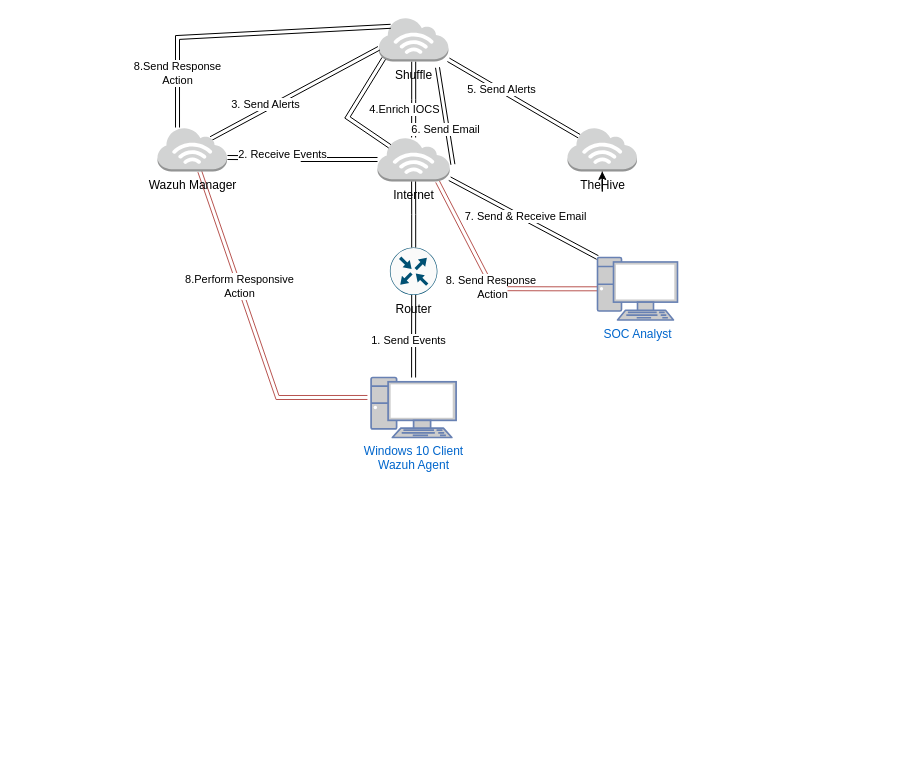
Above: Untitled Diagram.drawio in viponpoint/SOC-Automation-Project (draw.io), before the change. Source tidied: cells renumbered, new cells numbered last; positions are measured from the earlier drawing's top-left corner, leaving out a move shared by most shapes. Both pictures are drawn from the tidied source at 100%, with x=0, y=0 at pixel (157, 17).
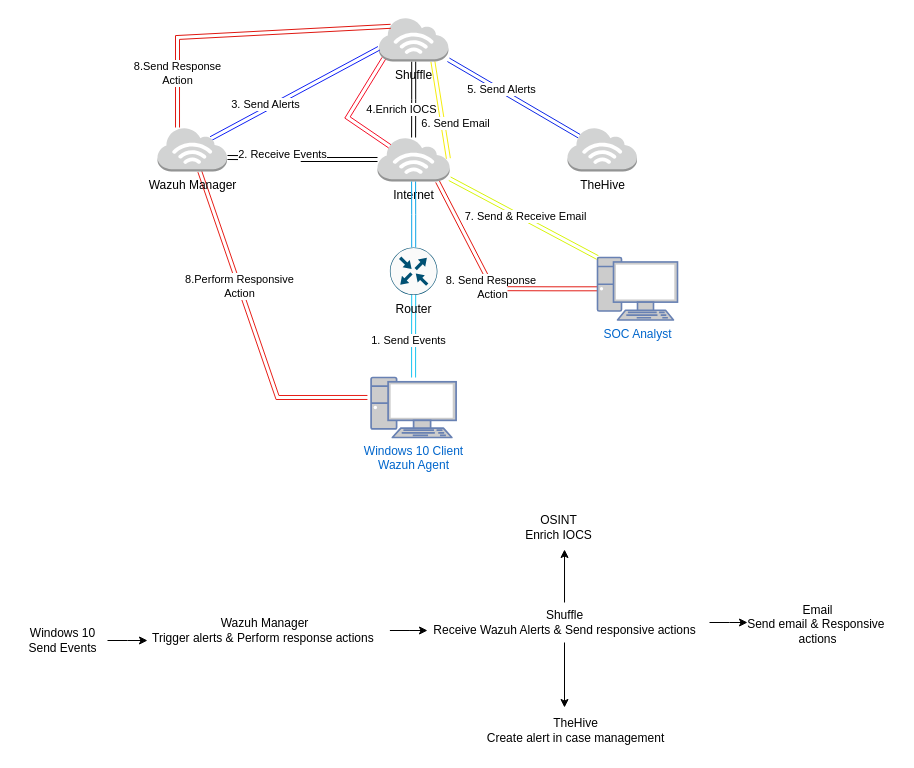
The same page after the edit.

Unchanged cells that the change refers to:
```xml
<mxCell id="4" value="Windows 10 Client&lt;div&gt;Wazuh Agent&lt;/div&gt;&lt;div&gt;&lt;br&gt;&lt;/div&gt;" style="fontColor=#0066CC;verticalAlign=top;verticalLabelPosition=bottom;labelPosition=center;align=center;html=1;outlineConnect=0;fillColor=#CCCCCC;strokeColor=#6881B3;gradientColor=none;gradientDirection=north;strokeWidth=2;shape=mxgraph.networks.pc;" parent="1" vertex="1">
  <mxGeometry x="213.6" y="360" width="85" height="60" as="geometry" />
</mxCell>
<mxCell id="5" value="Router" style="sketch=0;points=[[0.5,0,0],[1,0.5,0],[0.5,1,0],[0,0.5,0],[0.145,0.145,0],[0.8555,0.145,0],[0.855,0.8555,0],[0.145,0.855,0]];verticalLabelPosition=bottom;html=1;verticalAlign=top;align=center;shape=mxgraph.cisco19.rect;prIcon=router;fillColor=#FAFAFA;strokeColor=#005073;" parent="1" vertex="1">
  <mxGeometry x="232.4" y="230" width="47.5" height="47.5" as="geometry" />
</mxCell>
<mxCell id="6" style="edgeStyle=orthogonalEdgeStyle;rounded=0;jettySize=auto;html=1;shape=link;" parent="1" edge="1" source="12" target="23">
  <mxGeometry relative="1" as="geometry" />
</mxCell>
<mxCell id="12" value="Shuffle" style="outlineConnect=0;dashed=0;verticalLabelPosition=bottom;verticalAlign=top;align=center;html=1;shape=mxgraph.aws3.internet_3;fillColor=#D2D3D3;gradientColor=none;" parent="1" vertex="1">
  <mxGeometry x="221.4" width="69.5" height="44" as="geometry" />
</mxCell>
<mxCell id="17" value="Wazuh Manager" style="outlineConnect=0;dashed=0;verticalLabelPosition=bottom;verticalAlign=top;align=center;html=1;shape=mxgraph.aws3.internet_3;fillColor=#D2D3D3;gradientColor=none;" parent="1" vertex="1">
  <mxGeometry y="110" width="69.5" height="44" as="geometry" />
</mxCell>
<mxCell id="18" value="TheHive" style="outlineConnect=0;dashed=0;verticalLabelPosition=bottom;verticalAlign=top;align=center;html=1;shape=mxgraph.aws3.internet_3;fillColor=#D2D3D3;gradientColor=none;" parent="1" vertex="1">
  <mxGeometry x="410" y="110" width="69.5" height="44" as="geometry" />
</mxCell>
<mxCell id="23" value="Internet" style="outlineConnect=0;dashed=0;verticalLabelPosition=bottom;verticalAlign=top;align=center;html=1;shape=mxgraph.aws3.internet_3;fillColor=#D2D3D3;gradientColor=none;" parent="1" vertex="1">
  <mxGeometry x="220" y="120" width="72.2" height="44" as="geometry" />
</mxCell>
<mxCell id="26" value="&lt;div&gt;SOC Analyst&lt;/div&gt;" style="fontColor=#0066CC;verticalAlign=top;verticalLabelPosition=bottom;labelPosition=center;align=center;html=1;outlineConnect=0;fillColor=#CCCCCC;strokeColor=#6881B3;gradientColor=none;gradientDirection=north;strokeWidth=2;shape=mxgraph.networks.pc;" parent="1" vertex="1">
  <mxGeometry x="440" y="240" width="80" height="62.5" as="geometry" />
</mxCell>
```

Diff of the diagram source:
```diff
@@
-    <mxCell id="2" style="edgeStyle=orthogonalEdgeStyle;rounded=0;jettySize=auto;html=1;shape=link;" parent="1" edge="1" source="4" target="5">
+    <mxCell id="2" style="edgeStyle=orthogonalEdgeStyle;rounded=0;jettySize=auto;html=1;shape=link;strokeColor=#19c5f0;" parent="1" edge="1" source="4" target="5">
       <mxGeometry relative="1" as="geometry" />
     </mxCell>
@@
     <mxCell id="7" value="4.Enrich IOCS" style="edgeLabel;html=1;align=center;verticalAlign=middle;" parent="6" vertex="1">
       <mxGeometry x="0.26" y="-1" relative="1" as="geometry">
-        <mxPoint x="-9" as="offset" />
+        <mxPoint x="-12" as="offset" />
       </mxGeometry>
     </mxCell>
-    <mxCell id="8" style="rounded=0;jettySize=auto;html=1;shape=link;entryX=0.17;entryY=0.2;entryDx=0;entryDy=0;entryPerimeter=0;" parent="1" edge="1" source="12" target="18">
+    <mxCell id="8" style="rounded=0;jettySize=auto;html=1;shape=link;entryX=0.17;entryY=0.2;entryDx=0;entryDy=0;entryPerimeter=0;fillColor=#f8cecc;strokeColor=#0d27e7;" parent="1" edge="1" source="12" target="18">
       <mxGeometry relative="1" as="geometry" />
     </mxCell>
@@
-    <mxCell id="10" style="rounded=0;orthogonalLoop=1;jettySize=auto;html=1;entryX=0.77;entryY=0.25;entryDx=0;entryDy=0;entryPerimeter=0;shape=link;" parent="1" edge="1">
+    <mxCell id="10" style="rounded=0;orthogonalLoop=1;jettySize=auto;html=1;entryX=0.77;entryY=0.25;entryDx=0;entryDy=0;entryPerimeter=0;shape=link;fillColor=#ffff88;strokeColor=#f5ed0f;" parent="1" edge="1">
       <mxGeometry relative="1" as="geometry">
-        <mxPoint x="280" y="50" as="sourcePoint" />
-        <mxPoint x="295.4" y="147" as="targetPoint" />
+        <mxPoint x="275.4" y="44" as="sourcePoint" />
+        <mxPoint x="290.9" y="141" as="targetPoint" />
       </mxGeometry>
     </mxCell>
     <mxCell id="11" value="6. Send Email" style="edgeLabel;html=1;align=center;verticalAlign=middle;" parent="10" vertex="1">
-      <mxGeometry x="0.27" y="-2" relative="1" as="geometry" />
+      <mxGeometry x="0.27" y="-2" relative="1" as="geometry">
+        <mxPoint x="14" as="offset" />
+      </mxGeometry>
     </mxCell>
@@
-    <mxCell id="13" style="rounded=0;jettySize=auto;html=1;entryX=0;entryY=0.7;entryDx=0;entryDy=0;entryPerimeter=0;shape=link;exitX=0.77;exitY=0.25;exitDx=0;exitDy=0;exitPerimeter=0;" parent="1" edge="1" source="17" target="12">
+    <mxCell id="13" style="rounded=0;jettySize=auto;html=1;entryX=0;entryY=0.7;entryDx=0;entryDy=0;entryPerimeter=0;shape=link;exitX=0.77;exitY=0.25;exitDx=0;exitDy=0;exitPerimeter=0;strokeColor=#1020f4;" parent="1" edge="1" source="17" target="12">
       <mxGeometry relative="1" as="geometry" />
     </mxCell>
@@
-    <mxCell id="15" style="rounded=0;jettySize=auto;html=1;shape=link;entryX=-0.043;entryY=0.333;entryDx=0;entryDy=0;entryPerimeter=0;fillColor=#f8cecc;strokeColor=#B85450;" parent="1" edge="1" source="17" target="4">
+    <mxCell id="15" style="rounded=0;jettySize=auto;html=1;shape=link;entryX=-0.043;entryY=0.333;entryDx=0;entryDy=0;entryPerimeter=0;fillColor=#f8cecc;strokeColor=#e71f18;" parent="1" edge="1" source="17" target="4">
       <mxGeometry relative="1" as="geometry">
         <Array as="points">
           <mxPoint x="120" y="380" />
         </Array>
       </mxGeometry>
     </mxCell>
@@
-    <mxCell id="21" style="rounded=0;orthogonalLoop=1;jettySize=auto;html=1;shape=link;fillColor=#f8cecc;strokeColor=#b85450;" parent="1" edge="1">
+    <mxCell id="21" style="rounded=0;orthogonalLoop=1;jettySize=auto;html=1;shape=link;fillColor=#f8cecc;strokeColor=#e41811;" parent="1" edge="1">
       <mxGeometry relative="1" as="geometry">
         <mxPoint x="280" y="164" as="sourcePoint" />
         <mxPoint x="340" y="280" as="targetPoint" />
       </mxGeometry>
     </mxCell>
@@
-    <mxCell id="24" style="edgeStyle=orthogonalEdgeStyle;rounded=0;orthogonalLoop=1;jettySize=auto;html=1;exitX=0.5;exitY=1;exitDx=0;exitDy=0;exitPerimeter=0;" parent="1" edge="1" source="18" target="18">
-      <mxGeometry relative="1" as="geometry" />
-    </mxCell>
-    <mxCell id="25" style="edgeStyle=orthogonalEdgeStyle;rounded=0;jettySize=auto;html=1;shape=link;fillColor=#f8cecc;strokeColor=#b85450;" parent="1" edge="1" source="26">
+    <mxCell id="25" style="edgeStyle=orthogonalEdgeStyle;rounded=0;jettySize=auto;html=1;shape=link;fillColor=#f8cecc;strokeColor=#e21e18;" parent="1" edge="1" source="26">
       <mxGeometry relative="1" as="geometry">
         <mxPoint x="350" y="271.2" as="targetPoint" />
       </mxGeometry>
     </mxCell>
@@
-    <mxCell id="27" style="edgeStyle=orthogonalEdgeStyle;rounded=0;jettySize=auto;html=1;entryX=0.5;entryY=1;entryDx=0;entryDy=0;entryPerimeter=0;shape=link;" parent="1" edge="1" source="5" target="23">
+    <mxCell id="27" style="edgeStyle=orthogonalEdgeStyle;rounded=0;jettySize=auto;html=1;entryX=0.5;entryY=1;entryDx=0;entryDy=0;entryPerimeter=0;shape=link;strokeColor=#0da6e7;" parent="1" edge="1" source="5" target="23">
       <mxGeometry relative="1" as="geometry" />
     </mxCell>
-    <mxCell id="28" style="rounded=0;jettySize=auto;html=1;entryX=0;entryY=0;entryDx=0;entryDy=0;entryPerimeter=0;shape=link;" parent="1" edge="1" source="23" target="26">
+    <mxCell id="28" style="rounded=0;jettySize=auto;html=1;entryX=0;entryY=0;entryDx=0;entryDy=0;entryPerimeter=0;shape=link;fillColor=#ffff88;strokeColor=#d8f40b;" parent="1" edge="1" source="23" target="26">
       <mxGeometry relative="1" as="geometry" />
     </mxCell>
@@
-    <mxCell id="30" style="rounded=0;jettySize=auto;html=1;entryX=0.17;entryY=0.2;entryDx=0;entryDy=0;entryPerimeter=0;shape=link;exitX=0.288;exitY=0;exitDx=0;exitDy=0;exitPerimeter=0;" parent="1" edge="1" source="17" target="12">
+    <mxCell id="30" style="rounded=0;jettySize=auto;html=1;entryX=0.17;entryY=0.2;entryDx=0;entryDy=0;entryPerimeter=0;shape=link;exitX=0.288;exitY=0;exitDx=0;exitDy=0;exitPerimeter=0;fillColor=#f8cecc;strokeColor=#df1811;" parent="1" edge="1" source="17" target="12">
       <mxGeometry relative="1" as="geometry">
         <Array as="points">
           <mxPoint x="20" y="20" />
         </Array>
       </mxGeometry>
     </mxCell>
@@
-    <mxCell id="32" style="rounded=0;jettySize=auto;html=1;entryX=0.07;entryY=0.93;entryDx=0;entryDy=0;entryPerimeter=0;shape=link;exitX=0.17;exitY=0.2;exitDx=0;exitDy=0;exitPerimeter=0;" parent="1" edge="1" source="23" target="12">
+    <mxCell id="32" style="rounded=0;jettySize=auto;html=1;entryX=0.07;entryY=0.93;entryDx=0;entryDy=0;entryPerimeter=0;shape=link;exitX=0.17;exitY=0.2;exitDx=0;exitDy=0;exitPerimeter=0;fillColor=#ffcc99;strokeColor=#f41027;" parent="1" edge="1" source="23" target="12">
       <mxGeometry relative="1" as="geometry">
         <Array as="points">
           <mxPoint x="190" y="100" />
         </Array>
       </mxGeometry>
     </mxCell>
+    <mxCell id="33" style="edgeStyle=orthogonalEdgeStyle;rounded=0;jettySize=auto;html=1;" parent="1" edge="1" source="34">
+      <mxGeometry relative="1" as="geometry">
+        <mxPoint x="-10" y="623" as="targetPoint" />
+      </mxGeometry>
+    </mxCell>
+    <mxCell id="34" value="Windows 10&lt;div&gt;Send Events&lt;/div&gt;" style="text;html=1;align=center;verticalAlign=middle;points=[];strokeColor=none;fillColor=none;" parent="1" vertex="1">
+      <mxGeometry x="-140" y="603" width="90" height="40" as="geometry" />
+    </mxCell>
+    <mxCell id="35" style="edgeStyle=orthogonalEdgeStyle;rounded=0;jettySize=auto;html=1;" parent="1" edge="1" source="36">
+      <mxGeometry relative="1" as="geometry">
+        <mxPoint x="270" y="613" as="targetPoint" />
+      </mxGeometry>
+    </mxCell>
+    <mxCell id="36" value="Wazuh Manager&lt;div&gt;Trigger alerts &amp;amp; Perform response actions&amp;nbsp;&lt;/div&gt;" style="text;html=1;align=center;verticalAlign=middle;points=[];strokeColor=none;fillColor=none;" parent="1" vertex="1">
+      <mxGeometry x="-17.6" y="593" width="250" height="40" as="geometry" />
+    </mxCell>
+    <mxCell id="37" style="edgeStyle=orthogonalEdgeStyle;rounded=0;jettySize=auto;html=1;" parent="1" edge="1" source="38">
+      <mxGeometry relative="1" as="geometry">
+        <mxPoint x="590" y="605" as="targetPoint" />
+      </mxGeometry>
+    </mxCell>
+    <mxCell id="38" value="Shuffle&lt;div&gt;Receive Wazuh Alerts &amp;amp; Send responsive actions&lt;/div&gt;" style="text;html=1;align=center;verticalAlign=middle;points=[];strokeColor=none;fillColor=none;" parent="1" vertex="1">
+      <mxGeometry x="262" y="585" width="290" height="40" as="geometry" />
+    </mxCell>
+    <mxCell id="39" value="OSINT&lt;div&gt;Enrich IOCS&lt;/div&gt;" style="text;html=1;align=center;verticalAlign=middle;points=[];strokeColor=none;fillColor=none;" parent="1" vertex="1">
+      <mxGeometry x="356" y="490" width="90" height="40" as="geometry" />
+    </mxCell>
+    <mxCell id="40" value="TheHive&lt;div&gt;Create alert in case management&lt;/div&gt;" style="text;html=1;align=center;verticalAlign=middle;points=[];strokeColor=none;fillColor=none;" parent="1" vertex="1">
+      <mxGeometry x="318" y="693" width="200" height="40" as="geometry" />
+    </mxCell>
+    <mxCell id="41" style="edgeStyle=orthogonalEdgeStyle;rounded=0;jettySize=auto;html=1;entryX=0.445;entryY=-0.075;entryDx=0;entryDy=0;entryPerimeter=0;" parent="1" edge="1" source="38" target="40">
+      <mxGeometry relative="1" as="geometry" />
+    </mxCell>
+    <mxCell id="42" style="edgeStyle=orthogonalEdgeStyle;rounded=0;jettySize=auto;html=1;entryX=0.567;entryY=1.05;entryDx=0;entryDy=0;entryPerimeter=0;" parent="1" edge="1" source="38" target="39">
+      <mxGeometry relative="1" as="geometry" />
+    </mxCell>
+    <mxCell id="43" value="Email&lt;div&gt;Send email &amp;amp; Responsive&amp;nbsp;&lt;/div&gt;&lt;div&gt;actions&lt;/div&gt;" style="text;html=1;align=center;verticalAlign=middle;strokeColor=none;fillColor=none;" parent="1" vertex="1">
+      <mxGeometry x="580" y="577" width="160" height="60" as="geometry" />
+    </mxCell>
```
